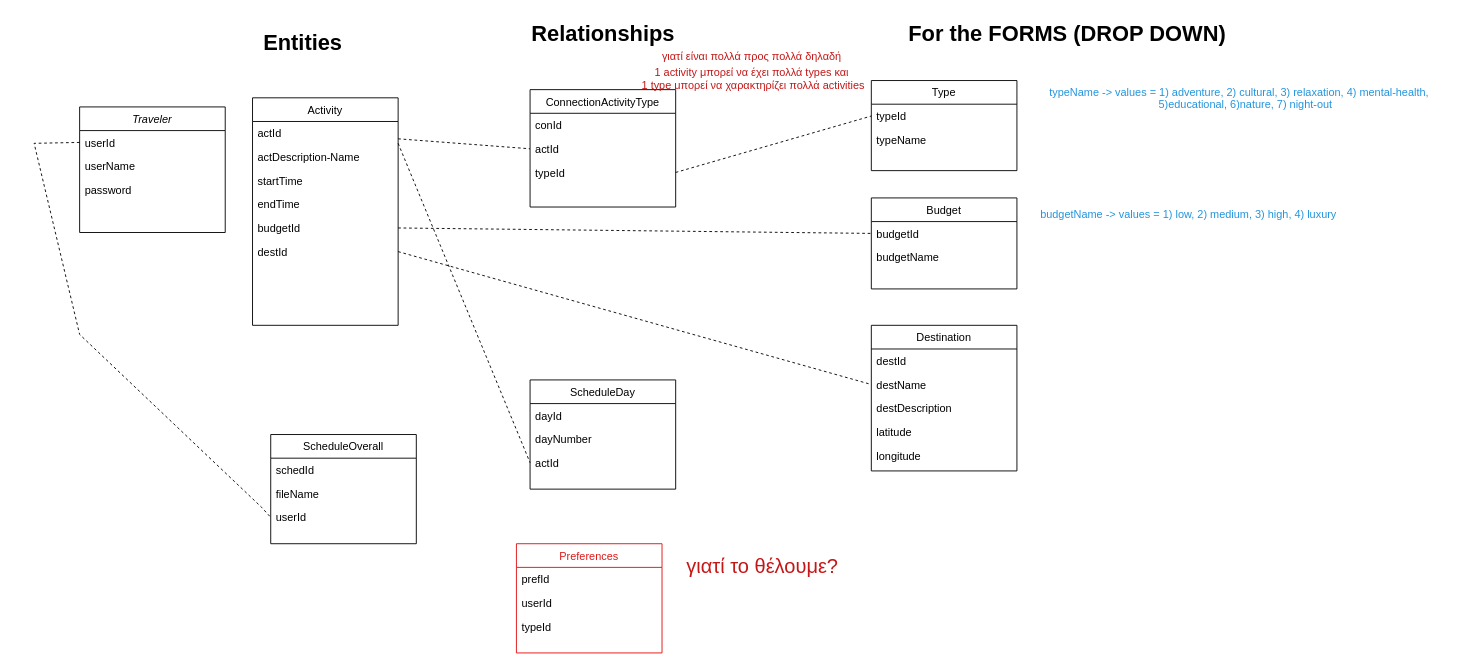
This is SchemeDataBase.drawio from EleftheriaKoutsiouri/Scheduluxe, a draw.io file, before an edit. Source tidied: cells renumbered, new cells numbered last; positions are measured from the earlier drawing's top-left corner, leaving out a move shared by most shapes. Both pictures are drawn from the tidied source at 91%, with x=0, y=0 at pixel (15, 15).
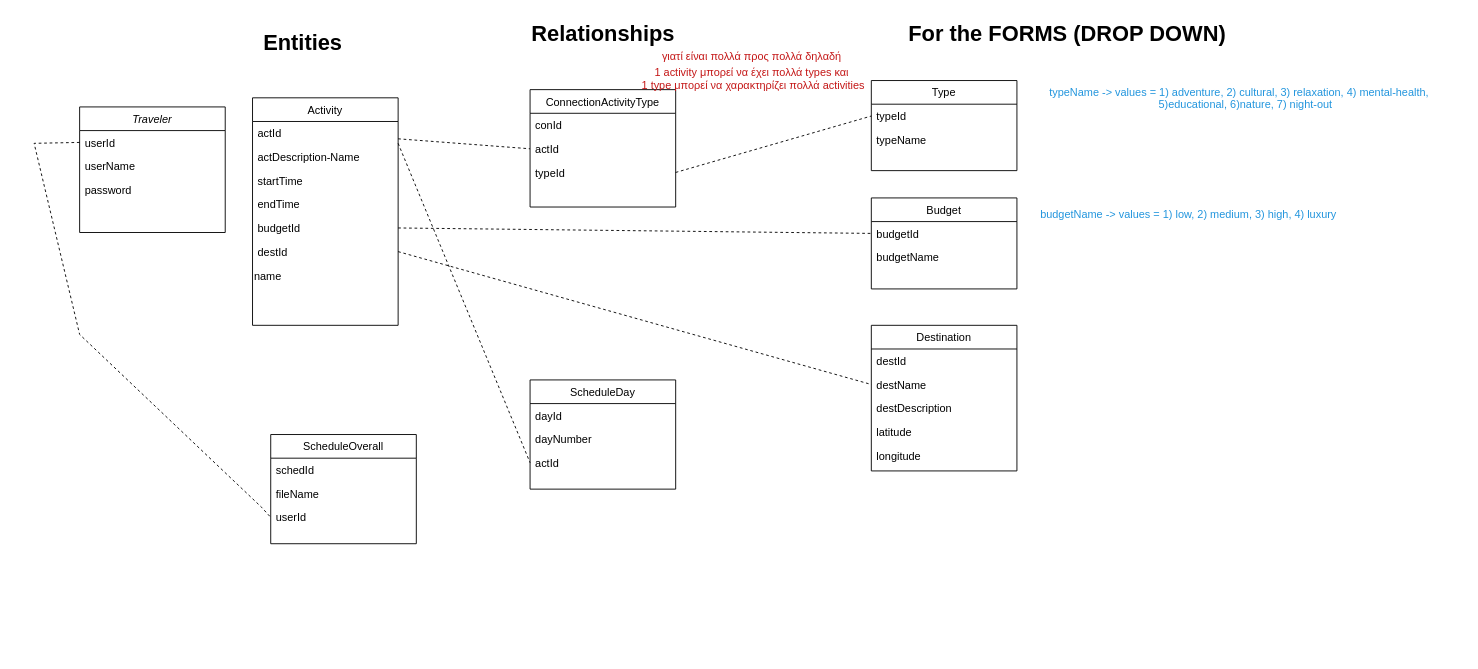
The same page after the edit.

Commit message (it also covers changes not shown here):
Class diagram

Unchanged cells that the change refers to:
```xml
<mxCell id="6" value="Activity" style="swimlane;fontStyle=0;align=center;verticalAlign=top;horizontal=1;startSize=26;rounded=0;shadow=0;strokeWidth=1;" parent="1" vertex="1">
  <mxGeometry x="260" y="90" width="160" height="250" as="geometry" />
</mxCell>
```

Change to the diagram source:
```diff
@@
+    <mxCell id="55" value="name" style="text;html=1;strokeColor=none;fillColor=none;align=left;verticalAlign=middle;whiteSpace=wrap;rounded=0;" parent="6" vertex="1">
+      <mxGeometry y="182" width="160" height="30" as="geometry" />
+    </mxCell>
@@
-    <mxCell id="50" value="Preferences" style="swimlane;fontStyle=0;align=center;verticalAlign=top;horizontal=1;startSize=26;rounded=0;shadow=0;strokeWidth=1;strokeColor=#e30d0d;fontColor=#db1a1a;" parent="1" vertex="1">
-      <mxGeometry x="550" y="580" width="160" height="120" as="geometry" />
-    </mxCell>
-    <mxCell id="51" value="prefId" style="text;align=left;verticalAlign=top;spacingLeft=4;spacingRight=4;overflow=hidden;" parent="50" vertex="1">
-      <mxGeometry y="26" width="160" height="26" as="geometry" />
-    </mxCell>
-    <mxCell id="52" value="userId" style="text;align=left;verticalAlign=top;spacingLeft=4;spacingRight=4;overflow=hidden;" parent="50" vertex="1">
-      <mxGeometry y="52" width="160" height="26" as="geometry" />
-    </mxCell>
-    <mxCell id="53" value="typeId" style="text;align=left;verticalAlign=top;spacingLeft=4;spacingRight=4;overflow=hidden;" parent="50" vertex="1">
-      <mxGeometry y="78" width="160" height="26" as="geometry" />
-    </mxCell>
-    <mxCell id="54" value="&lt;span style=&quot;font-weight: normal;&quot;&gt;&lt;font color=&quot;#c41717&quot; style=&quot;font-size: 22px;&quot;&gt;γιατί το θέλουμε?&lt;/font&gt;&lt;/span&gt;" style="text;strokeColor=none;fillColor=none;html=1;fontSize=24;fontStyle=1;verticalAlign=middle;align=center;" parent="1" vertex="1">
-      <mxGeometry x="770" y="600" width="100" height="10" as="geometry" />
-    </mxCell>
```
